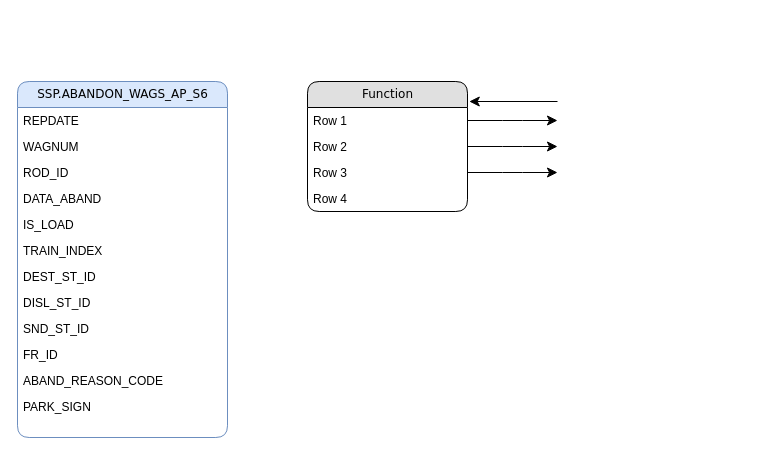
The draw.io diagram Диаграмма без названия.drawio in ivushkin/Data-Analyst, before the edit. Source tidied: cells renumbered, new cells numbered last; positions are measured from the earlier drawing's top-left corner, leaving out a move shared by most shapes. Both pictures are drawn from the tidied source at 100%, with x=0, y=0 at pixel (17, 81).
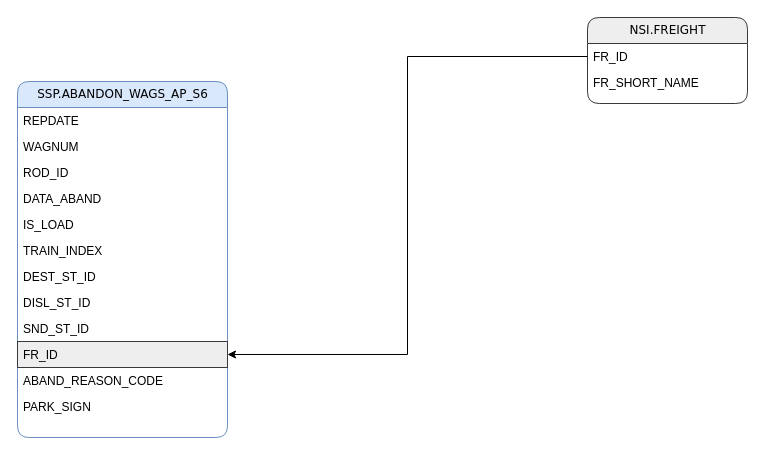
Above is the later version.

Unchanged cells that the change refers to:
```xml
<mxCell id="2" value="SSP.ABANDON_WAGS_AP_S6" style="swimlane;html=1;fontStyle=0;horizontal=1;startSize=26;fillColor=#dae8fc;swimlaneFillColor=#ffffff;align=center;rounded=1;shadow=0;comic=0;labelBackgroundColor=none;strokeWidth=1;fontFamily=Verdana;fontSize=12;strokeColor=#6c8ebf;" parent="1" vertex="1">
  <mxGeometry width="210" height="356" as="geometry" />
</mxCell>
```

The edit, as a diff of the source:
```diff
@@
-    <mxCell id="12" value="FR_ID" style="text;html=1;strokeColor=none;fillColor=none;spacingLeft=4;spacingRight=4;whiteSpace=wrap;overflow=hidden;points=[[0,0.5],[1,0.5]];portConstraint=eastwest;" parent="2" vertex="1">
+    <mxCell id="12" value="FR_ID" style="text;html=1;strokeColor=#36393d;fillColor=#eeeeee;spacingLeft=4;spacingRight=4;whiteSpace=wrap;overflow=hidden;points=[[0,0.5],[1,0.5]];portConstraint=eastwest;" parent="2" vertex="1">
       <mxGeometry y="260" width="210" height="26" as="geometry" />
     </mxCell>
@@
-    <mxCell id="15" value="Function" style="swimlane;html=1;fontStyle=0;horizontal=1;startSize=26;fillColor=#e0e0e0;swimlaneFillColor=#ffffff;align=center;rounded=1;shadow=0;comic=0;labelBackgroundColor=none;strokeWidth=1;fontFamily=Verdana;fontSize=12;" parent="1" vertex="1">
-      <mxGeometry x="290" width="160" height="130" as="geometry" />
+    <mxCell id="15" value="NSI.FREIGHT" style="swimlane;html=1;fontStyle=0;horizontal=1;startSize=26;fillColor=#eeeeee;swimlaneFillColor=#ffffff;align=center;rounded=1;shadow=0;comic=0;labelBackgroundColor=none;strokeWidth=1;fontFamily=Verdana;fontSize=12;strokeColor=#36393d;" parent="1" vertex="1">
+      <mxGeometry x="570" y="-64" width="160" height="86" as="geometry" />
     </mxCell>
-    <mxCell id="16" value="Row 1" style="text;html=1;strokeColor=none;fillColor=none;spacingLeft=4;spacingRight=4;whiteSpace=wrap;overflow=hidden;points=[[0,0.5],[1,0.5]];portConstraint=eastwest;" parent="15" vertex="1">
+    <mxCell id="16" value="FR_ID" style="text;html=1;strokeColor=none;fillColor=none;spacingLeft=4;spacingRight=4;whiteSpace=wrap;overflow=hidden;points=[[0,0.5],[1,0.5]];portConstraint=eastwest;" parent="15" vertex="1">
       <mxGeometry y="26" width="160" height="26" as="geometry" />
     </mxCell>
-    <mxCell id="17" value="Row 2" style="text;html=1;strokeColor=none;fillColor=none;spacingLeft=4;spacingRight=4;whiteSpace=wrap;overflow=hidden;points=[[0,0.5],[1,0.5]];portConstraint=eastwest;" parent="15" vertex="1">
+    <mxCell id="17" value="FR_SHORT_NAME" style="text;html=1;strokeColor=none;fillColor=none;spacingLeft=4;spacingRight=4;whiteSpace=wrap;overflow=hidden;points=[[0,0.5],[1,0.5]];portConstraint=eastwest;" parent="15" vertex="1">
       <mxGeometry y="52" width="160" height="26" as="geometry" />
     </mxCell>
-    <mxCell id="18" value="Row 3" style="text;html=1;strokeColor=none;fillColor=none;spacingLeft=4;spacingRight=4;whiteSpace=wrap;overflow=hidden;points=[[0,0.5],[1,0.5]];portConstraint=eastwest;" parent="15" vertex="1">
-      <mxGeometry y="78" width="160" height="26" as="geometry" />
-    </mxCell>
-    <mxCell id="19" value="Row 4" style="text;html=1;strokeColor=none;fillColor=none;spacingLeft=4;spacingRight=4;whiteSpace=wrap;overflow=hidden;" parent="15" vertex="1">
-      <mxGeometry y="104" width="160" height="26" as="geometry" />
-    </mxCell>
-    <mxCell id="20" style="edgeStyle=orthogonalEdgeStyle;html=1;exitX=1;exitY=0.5;labelBackgroundColor=none;startFill=0;startSize=8;endFill=1;endSize=8;fontFamily=Verdana;fontSize=12;" parent="1" edge="1" source="16">
-      <mxGeometry relative="1" as="geometry">
-        <mxPoint x="540" y="39" as="targetPoint" />
-      </mxGeometry>
-    </mxCell>
-    <mxCell id="21" style="edgeStyle=orthogonalEdgeStyle;html=1;exitX=1;exitY=0.5;labelBackgroundColor=none;startFill=0;startSize=8;endFill=1;endSize=8;fontFamily=Verdana;fontSize=12;" parent="1" edge="1" source="17">
-      <mxGeometry relative="1" as="geometry">
-        <mxPoint x="540" y="65" as="targetPoint" />
-      </mxGeometry>
-    </mxCell>
-    <mxCell id="22" style="edgeStyle=orthogonalEdgeStyle;html=1;exitX=1;exitY=0.5;labelBackgroundColor=none;startFill=0;startSize=8;endFill=1;endSize=8;fontFamily=Verdana;fontSize=12;" parent="1" edge="1" source="18">
-      <mxGeometry relative="1" as="geometry">
-        <mxPoint x="540" y="91" as="targetPoint" />
-      </mxGeometry>
-    </mxCell>
-    <mxCell id="23" style="edgeStyle=elbowEdgeStyle;html=1;labelBackgroundColor=none;startFill=0;startSize=8;endFill=1;endSize=8;fontFamily=Verdana;fontSize=12;elbow=vertical;entryX=1.011;entryY=0.152;entryPerimeter=0;" parent="1" edge="1" target="15">
-      <mxGeometry relative="1" as="geometry">
-        <mxPoint x="540" y="20" as="sourcePoint" />
-        <Array as="points">
-          <mxPoint x="470" y="20" />
-        </Array>
-      </mxGeometry>
-    </mxCell>
+    <mxCell id="24" style="edgeStyle=orthogonalEdgeStyle;rounded=0;jettySize=auto;html=1;exitX=0;exitY=0.5;exitDx=0;exitDy=0;entryX=1;entryY=0.5;entryDx=0;entryDy=0;" parent="1" edge="1" source="16" target="12">
+      <mxGeometry relative="1" as="geometry" />
+    </mxCell>
```
